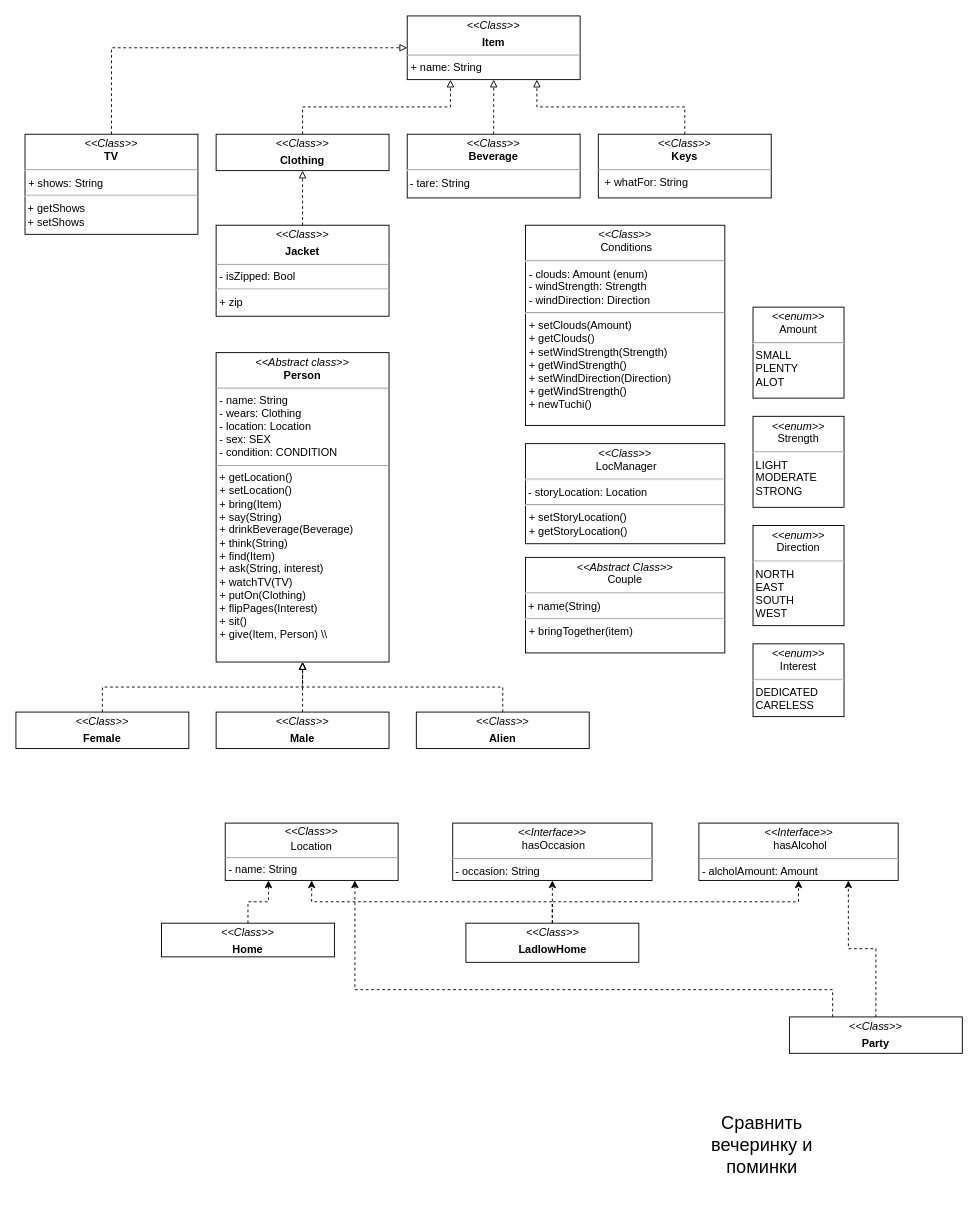
Above: Untitled Diagram.drawio in Sat1l/laba4 (draw.io), before the change. Source tidied: cells renumbered, new cells numbered last; positions are measured from the earlier drawing's top-left corner, leaving out a move shared by most shapes. Both pictures are drawn from the tidied source at 91%, with x=0, y=0 at pixel (15, 15).
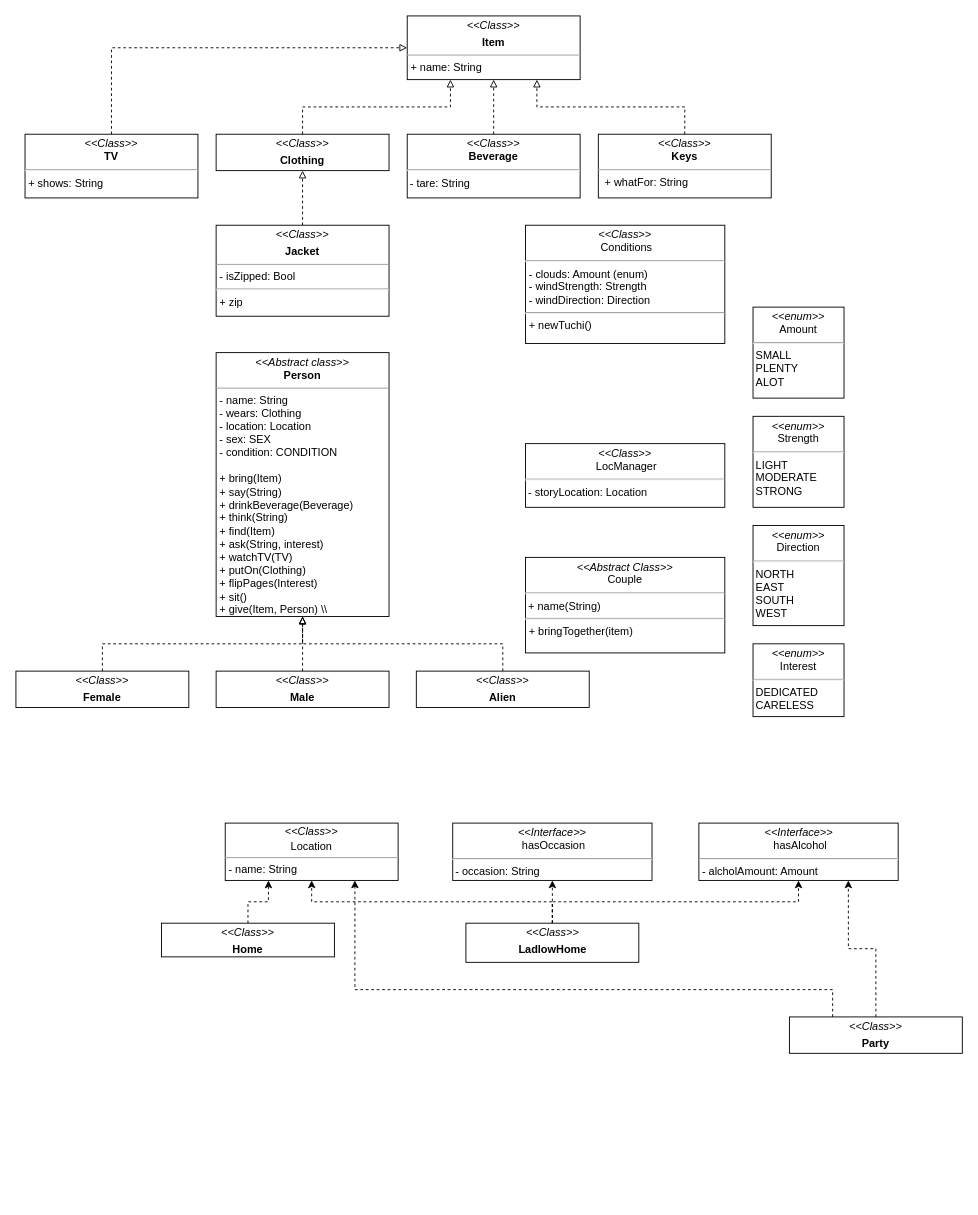
The same diagram, later.

Change to the diagram source:
```diff
@@
-    <mxCell id="2" value="&lt;p style=&quot;margin:0px;margin-top:4px;text-align:center;&quot;&gt;&lt;i&gt;&amp;lt;&amp;lt;Abstract class&amp;gt;&amp;gt;&lt;/i&gt;&lt;br&gt;&lt;b&gt;Person&lt;/b&gt;&lt;/p&gt;&lt;hr size=&quot;1&quot;&gt;&lt;p style=&quot;margin:0px;margin-left:4px;&quot;&gt;- name: String&lt;/p&gt;&lt;p style=&quot;margin:0px;margin-left:4px;&quot;&gt;- wears: Clothing&lt;/p&gt;&lt;p style=&quot;margin:0px;margin-left:4px;&quot;&gt;- location: Location&lt;/p&gt;&lt;p style=&quot;margin:0px;margin-left:4px;&quot;&gt;- sex: SEX&lt;/p&gt;&lt;p style=&quot;margin:0px;margin-left:4px;&quot;&gt;- condition: CONDITION&lt;/p&gt;&lt;hr size=&quot;1&quot;&gt;&lt;p style=&quot;border-color: var(--border-color); margin: 0px 0px 0px 4px;&quot;&gt;+ getLocation()&lt;/p&gt;&lt;p style=&quot;border-color: var(--border-color); margin: 0px 0px 0px 4px;&quot;&gt;+ setLocation()&lt;/p&gt;&lt;p style=&quot;margin:0px;margin-left:4px;&quot;&gt;+ bring(Item)&lt;br&gt;&lt;/p&gt;&lt;p style=&quot;margin:0px;margin-left:4px;&quot;&gt;+ say(String)&lt;br&gt;&lt;/p&gt;&lt;p style=&quot;margin:0px;margin-left:4px;&quot;&gt;+ drinkBeverage(Beverage)&lt;br&gt;&lt;/p&gt;&lt;p style=&quot;margin:0px;margin-left:4px;&quot;&gt;+ think(String)&lt;/p&gt;&lt;p style=&quot;margin:0px;margin-left:4px;&quot;&gt;+ find(Item)&lt;/p&gt;&lt;p style=&quot;margin:0px;margin-left:4px;&quot;&gt;+ ask(String, interest)&lt;/p&gt;&lt;p style=&quot;margin:0px;margin-left:4px;&quot;&gt;+ watchTV(TV)&lt;br&gt;&lt;/p&gt;&lt;p style=&quot;border-color: var(--border-color); margin: 0px 0px 0px 4px;&quot;&gt;+ putOn(Clothing)&lt;/p&gt;&lt;p style=&quot;border-color: var(--border-color); margin: 0px 0px 0px 4px;&quot;&gt;+ flipPages(Interest)&lt;/p&gt;&lt;p style=&quot;border-color: var(--border-color); margin: 0px 0px 0px 4px;&quot;&gt;+ sit()&lt;/p&gt;&lt;p style=&quot;margin:0px;margin-left:4px;&quot;&gt;+ give(Item, Person) \\&lt;/p&gt;&lt;p style=&quot;margin:0px;margin-left:4px;&quot;&gt;&lt;br&gt;&lt;/p&gt;" style="verticalAlign=top;align=left;overflow=fill;fontSize=12;fontFamily=Helvetica;html=1;whiteSpace=wrap;" parent="1" vertex="1">
-      <mxGeometry x="220" y="370" width="190" height="340" as="geometry" />
+    <mxCell id="2" value="&lt;p style=&quot;margin:0px;margin-top:4px;text-align:center;&quot;&gt;&lt;i&gt;&amp;lt;&amp;lt;Abstract class&amp;gt;&amp;gt;&lt;/i&gt;&lt;br&gt;&lt;b&gt;Person&lt;/b&gt;&lt;/p&gt;&lt;hr size=&quot;1&quot;&gt;&lt;p style=&quot;margin:0px;margin-left:4px;&quot;&gt;- name: String&lt;/p&gt;&lt;p style=&quot;margin:0px;margin-left:4px;&quot;&gt;- wears: Clothing&lt;/p&gt;&lt;p style=&quot;margin:0px;margin-left:4px;&quot;&gt;- location: Location&lt;/p&gt;&lt;p style=&quot;margin:0px;margin-left:4px;&quot;&gt;- sex: SEX&lt;/p&gt;&lt;p style=&quot;margin:0px;margin-left:4px;&quot;&gt;- condition: CONDITION&lt;/p&gt;&lt;p style=&quot;border-color: var(--border-color); margin: 0px 0px 0px 4px;&quot;&gt;&lt;br&gt;&lt;/p&gt;&lt;p style=&quot;margin:0px;margin-left:4px;&quot;&gt;+ bring(Item)&lt;br&gt;&lt;/p&gt;&lt;p style=&quot;margin:0px;margin-left:4px;&quot;&gt;+ say(String)&lt;br&gt;&lt;/p&gt;&lt;p style=&quot;margin:0px;margin-left:4px;&quot;&gt;+ drinkBeverage(Beverage)&lt;br&gt;&lt;/p&gt;&lt;p style=&quot;margin:0px;margin-left:4px;&quot;&gt;+ think(String)&lt;/p&gt;&lt;p style=&quot;margin:0px;margin-left:4px;&quot;&gt;+ find(Item)&lt;/p&gt;&lt;p style=&quot;margin:0px;margin-left:4px;&quot;&gt;+ ask(String, interest)&lt;/p&gt;&lt;p style=&quot;margin:0px;margin-left:4px;&quot;&gt;+ watchTV(TV)&lt;br&gt;&lt;/p&gt;&lt;p style=&quot;border-color: var(--border-color); margin: 0px 0px 0px 4px;&quot;&gt;+ putOn(Clothing)&lt;/p&gt;&lt;p style=&quot;border-color: var(--border-color); margin: 0px 0px 0px 4px;&quot;&gt;+ flipPages(Interest)&lt;/p&gt;&lt;p style=&quot;border-color: var(--border-color); margin: 0px 0px 0px 4px;&quot;&gt;+ sit()&lt;/p&gt;&lt;p style=&quot;margin:0px;margin-left:4px;&quot;&gt;+ give(Item, Person) \\&lt;/p&gt;&lt;p style=&quot;margin:0px;margin-left:4px;&quot;&gt;&lt;br&gt;&lt;/p&gt;" style="verticalAlign=top;align=left;overflow=fill;fontSize=12;fontFamily=Helvetica;html=1;whiteSpace=wrap;" parent="1" vertex="1">
+      <mxGeometry x="220" y="370" width="190" height="290" as="geometry" />
     </mxCell>
@@
-    <mxCell id="15" value="&lt;p style=&quot;margin:0px;margin-top:4px;text-align:center;&quot;&gt;&lt;i&gt;&amp;lt;&amp;lt;Class&amp;gt;&amp;gt;&lt;/i&gt;&lt;br&gt;&lt;b&gt;TV&lt;/b&gt;&lt;/p&gt;&lt;hr&gt;&lt;p style=&quot;margin:0px;margin-left:4px;&quot;&gt;+ shows: String&lt;/p&gt;&lt;hr&gt;&amp;nbsp;+ getShows&lt;br&gt;&amp;nbsp;+ setShows" style="verticalAlign=top;align=left;overflow=fill;fontSize=12;fontFamily=Helvetica;html=1;whiteSpace=wrap;" parent="1" vertex="1">
-      <mxGeometry x="10" y="130" width="190" height="110" as="geometry" />
+    <mxCell id="15" value="&lt;p style=&quot;margin:0px;margin-top:4px;text-align:center;&quot;&gt;&lt;i&gt;&amp;lt;&amp;lt;Class&amp;gt;&amp;gt;&lt;/i&gt;&lt;br&gt;&lt;b&gt;TV&lt;/b&gt;&lt;/p&gt;&lt;hr&gt;&lt;p style=&quot;margin:0px;margin-left:4px;&quot;&gt;+ shows: String&lt;/p&gt;" style="verticalAlign=top;align=left;overflow=fill;fontSize=12;fontFamily=Helvetica;html=1;whiteSpace=wrap;" parent="1" vertex="1">
+      <mxGeometry x="10" y="130" width="190" height="70" as="geometry" />
     </mxCell>
@@
-    <mxCell id="24" value="&lt;p style=&quot;margin:0px;margin-top:4px;text-align:center;&quot;&gt;&lt;i&gt;&amp;lt;&amp;lt;Class&amp;gt;&amp;gt;&lt;/i&gt;&lt;br&gt;&amp;nbsp;Conditions&lt;/p&gt;&lt;hr&gt;&lt;p style=&quot;margin:0px;margin-left:4px;&quot;&gt;- clouds: Amount (enum)&lt;br&gt;&lt;/p&gt;&lt;p style=&quot;border-color: var(--border-color); margin: 0px 0px 0px 4px;&quot;&gt;- windStrength: Strength&lt;br style=&quot;border-color: var(--border-color);&quot;&gt;&lt;/p&gt;&lt;p style=&quot;border-color: var(--border-color); margin: 0px 0px 0px 4px;&quot;&gt;- windDirection: Direction&lt;/p&gt;&lt;hr&gt;&lt;p style=&quot;border-color: var(--border-color); margin: 0px 0px 0px 4px;&quot;&gt;+ setClouds(Amount)&lt;/p&gt;&lt;p style=&quot;border-color: var(--border-color); margin: 0px 0px 0px 4px;&quot;&gt;+ getClouds()&lt;/p&gt;&lt;p style=&quot;border-color: var(--border-color); margin: 0px 0px 0px 4px;&quot;&gt;+ setWindStrength(Strength)&lt;/p&gt;&lt;p style=&quot;border-color: var(--border-color); margin: 0px 0px 0px 4px;&quot;&gt;+ getWindStrength()&lt;/p&gt;&lt;p style=&quot;border-color: var(--border-color); margin: 0px 0px 0px 4px;&quot;&gt;+ setWindDirection(Direction)&lt;/p&gt;&lt;p style=&quot;border-color: var(--border-color); margin: 0px 0px 0px 4px;&quot;&gt;+ getWindStrength()&lt;/p&gt;&lt;p style=&quot;margin:0px;margin-left:4px;&quot;&gt;+ newTuchi()&lt;/p&gt;&lt;p style=&quot;margin:0px;margin-left:4px;&quot;&gt;&lt;br&gt;&lt;/p&gt;&lt;p style=&quot;margin:0px;margin-left:4px;&quot;&gt;&lt;br&gt;&lt;/p&gt;&lt;p style=&quot;margin:0px;margin-left:4px;&quot;&gt;&lt;br&gt;&lt;/p&gt;" style="verticalAlign=top;align=left;overflow=fill;fontSize=12;fontFamily=Helvetica;html=1;whiteSpace=wrap;" parent="1" vertex="1">
-      <mxGeometry x="560" y="230" width="219" height="220" as="geometry" />
+    <mxCell id="24" value="&lt;p style=&quot;margin:0px;margin-top:4px;text-align:center;&quot;&gt;&lt;i&gt;&amp;lt;&amp;lt;Class&amp;gt;&amp;gt;&lt;/i&gt;&lt;br&gt;&amp;nbsp;Conditions&lt;/p&gt;&lt;hr&gt;&lt;p style=&quot;margin:0px;margin-left:4px;&quot;&gt;- clouds: Amount (enum)&lt;br&gt;&lt;/p&gt;&lt;p style=&quot;border-color: var(--border-color); margin: 0px 0px 0px 4px;&quot;&gt;- windStrength: Strength&lt;br style=&quot;border-color: var(--border-color);&quot;&gt;&lt;/p&gt;&lt;p style=&quot;border-color: var(--border-color); margin: 0px 0px 0px 4px;&quot;&gt;- windDirection: Direction&lt;/p&gt;&lt;hr&gt;&lt;p style=&quot;border-color: var(--border-color); margin: 0px 0px 0px 4px;&quot;&gt;+ newTuchi()&lt;br&gt;&lt;/p&gt;&lt;p style=&quot;margin:0px;margin-left:4px;&quot;&gt;&lt;br&gt;&lt;/p&gt;&lt;p style=&quot;margin:0px;margin-left:4px;&quot;&gt;&lt;br&gt;&lt;/p&gt;&lt;p style=&quot;margin:0px;margin-left:4px;&quot;&gt;&lt;br&gt;&lt;/p&gt;" style="verticalAlign=top;align=left;overflow=fill;fontSize=12;fontFamily=Helvetica;html=1;whiteSpace=wrap;" parent="1" vertex="1">
+      <mxGeometry x="560" y="230" width="219" height="130" as="geometry" />
     </mxCell>
-    <mxCell id="25" value="&lt;p style=&quot;margin:0px;margin-top:4px;text-align:center;&quot;&gt;&lt;i&gt;&amp;lt;&amp;lt;Class&amp;gt;&amp;gt;&lt;/i&gt;&lt;br&gt;&amp;nbsp;LocManager&lt;/p&gt;&lt;hr&gt;&amp;nbsp;- storyLocation: Location&lt;br&gt;&lt;hr&gt;&lt;p style=&quot;margin:0px;margin-left:4px;&quot;&gt;+ setStoryLocation()&lt;/p&gt;&lt;p style=&quot;margin:0px;margin-left:4px;&quot;&gt;+ getStoryLocation()&lt;/p&gt;" style="verticalAlign=top;align=left;overflow=fill;fontSize=12;fontFamily=Helvetica;html=1;whiteSpace=wrap;" parent="1" vertex="1">
-      <mxGeometry x="560" y="470" width="219" height="110" as="geometry" />
+    <mxCell id="25" value="&lt;p style=&quot;margin:0px;margin-top:4px;text-align:center;&quot;&gt;&lt;i&gt;&amp;lt;&amp;lt;Class&amp;gt;&amp;gt;&lt;/i&gt;&lt;br&gt;&amp;nbsp;LocManager&lt;/p&gt;&lt;hr&gt;&amp;nbsp;- storyLocation: Location&lt;br&gt;&lt;p style=&quot;margin:0px;margin-left:4px;&quot;&gt;&lt;br&gt;&lt;/p&gt;" style="verticalAlign=top;align=left;overflow=fill;fontSize=12;fontFamily=Helvetica;html=1;whiteSpace=wrap;" parent="1" vertex="1">
+      <mxGeometry x="560" y="470" width="219" height="70" as="geometry" />
     </mxCell>
@@
-    <mxCell id="29" value="&lt;font style=&quot;font-size: 20px;&quot;&gt;Сравнить вечеринку и поминки&lt;/font&gt;" style="text;html=1;strokeColor=none;fillColor=none;align=center;verticalAlign=middle;whiteSpace=wrap;rounded=0;" parent="1" vertex="1">
-      <mxGeometry x="730" y="1180" width="180" height="120" as="geometry" />
-    </mxCell>
@@
     <mxCell id="31" value="&lt;p style=&quot;margin:0px;margin-top:4px;text-align:center;&quot;&gt;&lt;i&gt;&amp;lt;&amp;lt;Class&lt;/i&gt;&lt;i&gt;&amp;gt;&amp;gt;&lt;/i&gt;&lt;/p&gt;&lt;p style=&quot;margin:0px;margin-top:4px;text-align:center;&quot;&gt;&lt;b&gt;Female&lt;/b&gt;&lt;/p&gt;" style="verticalAlign=top;align=left;overflow=fill;fontSize=12;fontFamily=Helvetica;html=1;whiteSpace=wrap;" parent="1" vertex="1">
-      <mxGeometry y="765" width="190" height="40" as="geometry" />
+      <mxGeometry y="720" width="190" height="40" as="geometry" />
     </mxCell>
@@
     <mxCell id="33" value="&lt;p style=&quot;margin:0px;margin-top:4px;text-align:center;&quot;&gt;&lt;i&gt;&amp;lt;&amp;lt;Class&lt;/i&gt;&lt;i&gt;&amp;gt;&amp;gt;&lt;/i&gt;&lt;/p&gt;&lt;p style=&quot;margin:0px;margin-top:4px;text-align:center;&quot;&gt;&lt;b&gt;Male&lt;/b&gt;&lt;/p&gt;" style="verticalAlign=top;align=left;overflow=fill;fontSize=12;fontFamily=Helvetica;html=1;whiteSpace=wrap;" parent="1" vertex="1">
-      <mxGeometry x="220" y="765" width="190" height="40" as="geometry" />
+      <mxGeometry x="220" y="720" width="190" height="40" as="geometry" />
     </mxCell>
@@
     <mxCell id="35" value="&lt;p style=&quot;margin:0px;margin-top:4px;text-align:center;&quot;&gt;&lt;i&gt;&amp;lt;&amp;lt;Class&lt;/i&gt;&lt;i&gt;&amp;gt;&amp;gt;&lt;/i&gt;&lt;/p&gt;&lt;p style=&quot;margin:0px;margin-top:4px;text-align:center;&quot;&gt;&lt;b&gt;Alien&lt;/b&gt;&lt;/p&gt;" style="verticalAlign=top;align=left;overflow=fill;fontSize=12;fontFamily=Helvetica;html=1;whiteSpace=wrap;" parent="1" vertex="1">
-      <mxGeometry x="440" y="765" width="190" height="40" as="geometry" />
+      <mxGeometry x="440" y="720" width="190" height="40" as="geometry" />
     </mxCell>
```
